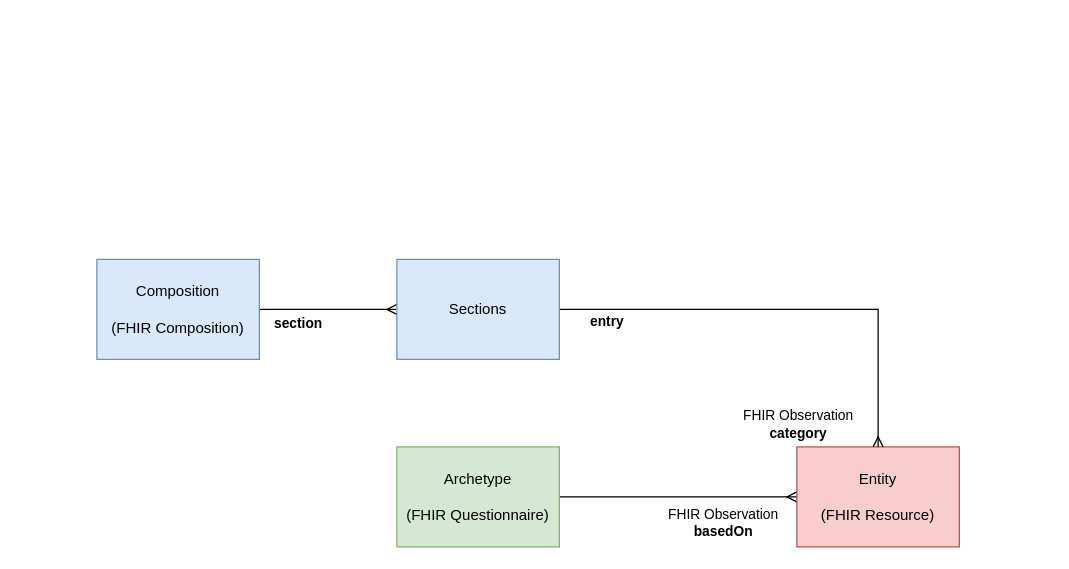
This is Drawio/ConsultationNote.drawio from Virtually-Healthcare/virtually-healthcare.github.com, a draw.io file, before an edit. Source tidied: cells renumbered, new cells numbered last; positions are measured from the earlier drawing's top-left corner, leaving out a move shared by most shapes. Both pictures are drawn from the tidied source at 125%, with x=0, y=0 at pixel (96, 259).
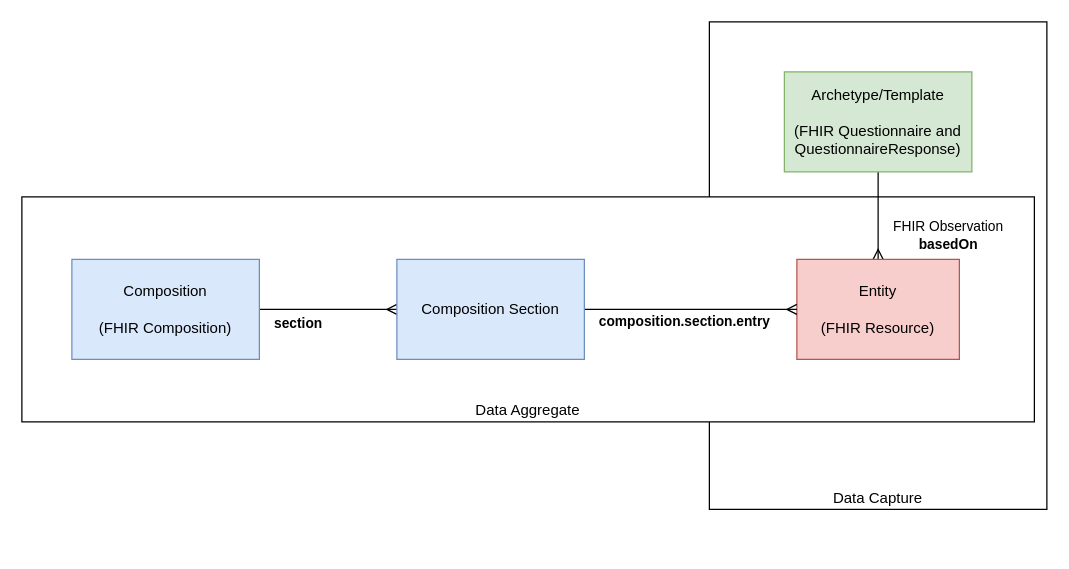
The same page after the edit.

The edit, as a diff of the source:
```diff
@@
 <mxGraphModel>
   <root>
     <mxCell id="0" />
     <mxCell id="1" parent="0" />
+    <mxCell id="12" value="Data Capture" style="rounded=0;whiteSpace=wrap;html=1;verticalAlign=bottom;" parent="1" vertex="1">
+      <mxGeometry x="490" y="-190" width="270" height="390" as="geometry" />
+    </mxCell>
+    <mxCell id="13" value="Data Aggregate" style="rounded=0;whiteSpace=wrap;html=1;verticalAlign=bottom;fillColor=default;shadow=0;" parent="1" vertex="1">
+      <mxGeometry x="-60" y="-50" width="810" height="180" as="geometry" />
+    </mxCell>
     <mxCell id="2" style="edgeStyle=orthogonalEdgeStyle;rounded=0;jettySize=auto;html=1;entryX=0;entryY=0.5;entryDx=0;entryDy=0;endArrow=ERmany;endFill=0;" parent="1" edge="1" source="4" target="11">
       <mxGeometry relative="1" as="geometry" />
     </mxCell>
     <mxCell id="3" value="&lt;b&gt;section&lt;/b&gt;" style="edgeLabel;html=1;align=center;verticalAlign=middle;" parent="2" vertex="1">
       <mxGeometry x="-0.02" y="-4" relative="1" as="geometry">
         <mxPoint x="-24" y="6" as="offset" />
       </mxGeometry>
     </mxCell>
     <mxCell id="4" value="Composition&lt;div&gt;&lt;br&gt;(FHIR Composition)&lt;/div&gt;" style="html=1;whiteSpace=wrap;fillColor=#dae8fc;strokeColor=#6c8ebf;" parent="1" vertex="1">
-      <mxGeometry width="130" height="80" as="geometry" />
+      <mxGeometry x="-20" width="150" height="80" as="geometry" />
     </mxCell>
     <mxCell id="5" style="edgeStyle=orthogonalEdgeStyle;rounded=0;jettySize=auto;html=1;endArrow=ERmany;endFill=0;" parent="1" edge="1" source="7" target="8">
       <mxGeometry relative="1" as="geometry" />
     </mxCell>
     <mxCell id="6" value="FHIR Observation&lt;br&gt;&lt;b&gt;basedOn&lt;/b&gt;" style="edgeLabel;html=1;align=center;verticalAlign=middle;" parent="5" vertex="1">
       <mxGeometry x="-0.02" y="-2" relative="1" as="geometry">
-        <mxPoint x="37" y="18" as="offset" />
+        <mxPoint x="57" y="16" as="offset" />
       </mxGeometry>
     </mxCell>
-    <mxCell id="7" value="Archetype&lt;div&gt;&lt;br&gt;(FHIR Questionnaire)&lt;/div&gt;" style="html=1;whiteSpace=wrap;fillColor=#d5e8d4;strokeColor=#82b366;" parent="1" vertex="1">
-      <mxGeometry x="240" y="150" width="130" height="80" as="geometry" />
+    <mxCell id="7" value="&lt;div&gt;Archetype/Template&lt;/div&gt;&lt;div&gt;&lt;br&gt;(FHIR Questionnaire and QuestionnaireResponse)&lt;/div&gt;" style="html=1;whiteSpace=wrap;fillColor=#d5e8d4;strokeColor=#82b366;" parent="1" vertex="1">
+      <mxGeometry x="550" y="-150" width="150" height="80" as="geometry" />
     </mxCell>
     <mxCell id="8" value="Entity&lt;br&gt;&lt;br&gt;(FHIR Resource)" style="html=1;whiteSpace=wrap;fillColor=#f8cecc;strokeColor=#b85450;" parent="1" vertex="1">
-      <mxGeometry x="560" y="150" width="130" height="80" as="geometry" />
+      <mxGeometry x="560" width="130" height="80" as="geometry" />
     </mxCell>
-    <mxCell id="9" value="&lt;b&gt;entry&lt;/b&gt;" style="edgeStyle=orthogonalEdgeStyle;rounded=0;jettySize=auto;html=1;endArrow=ERmany;endFill=0;" parent="1" edge="1" source="11" target="8">
-      <mxGeometry x="-0.79" y="-10" relative="1" as="geometry" />
+    <mxCell id="9" value="&lt;b&gt;composition.section.entry&lt;/b&gt;" style="edgeStyle=orthogonalEdgeStyle;rounded=0;jettySize=auto;html=1;endArrow=ERmany;endFill=0;" parent="1" edge="1" source="11" target="8">
+      <mxGeometry x="-0.06" y="-10" relative="1" as="geometry" />
     </mxCell>
-    <mxCell id="10" value="FHIR Observation&lt;br&gt;&lt;b&gt;category&lt;/b&gt;" style="edgeLabel;html=1;align=center;verticalAlign=middle;" parent="9" vertex="1">
-      <mxGeometry x="0.8" y="2" relative="1" as="geometry">
-        <mxPoint x="-67" y="17" as="offset" />
-      </mxGeometry>
-    </mxCell>
-    <mxCell id="11" value="Sections" style="html=1;whiteSpace=wrap;fillColor=#dae8fc;strokeColor=#6c8ebf;" parent="1" vertex="1">
-      <mxGeometry x="240" width="130" height="80" as="geometry" />
+    <mxCell id="11" value="Composition Section" style="html=1;whiteSpace=wrap;fillColor=#dae8fc;strokeColor=#6c8ebf;" parent="1" vertex="1">
+      <mxGeometry x="240" width="150" height="80" as="geometry" />
     </mxCell>
   </root>
 </mxGraphModel>
```
